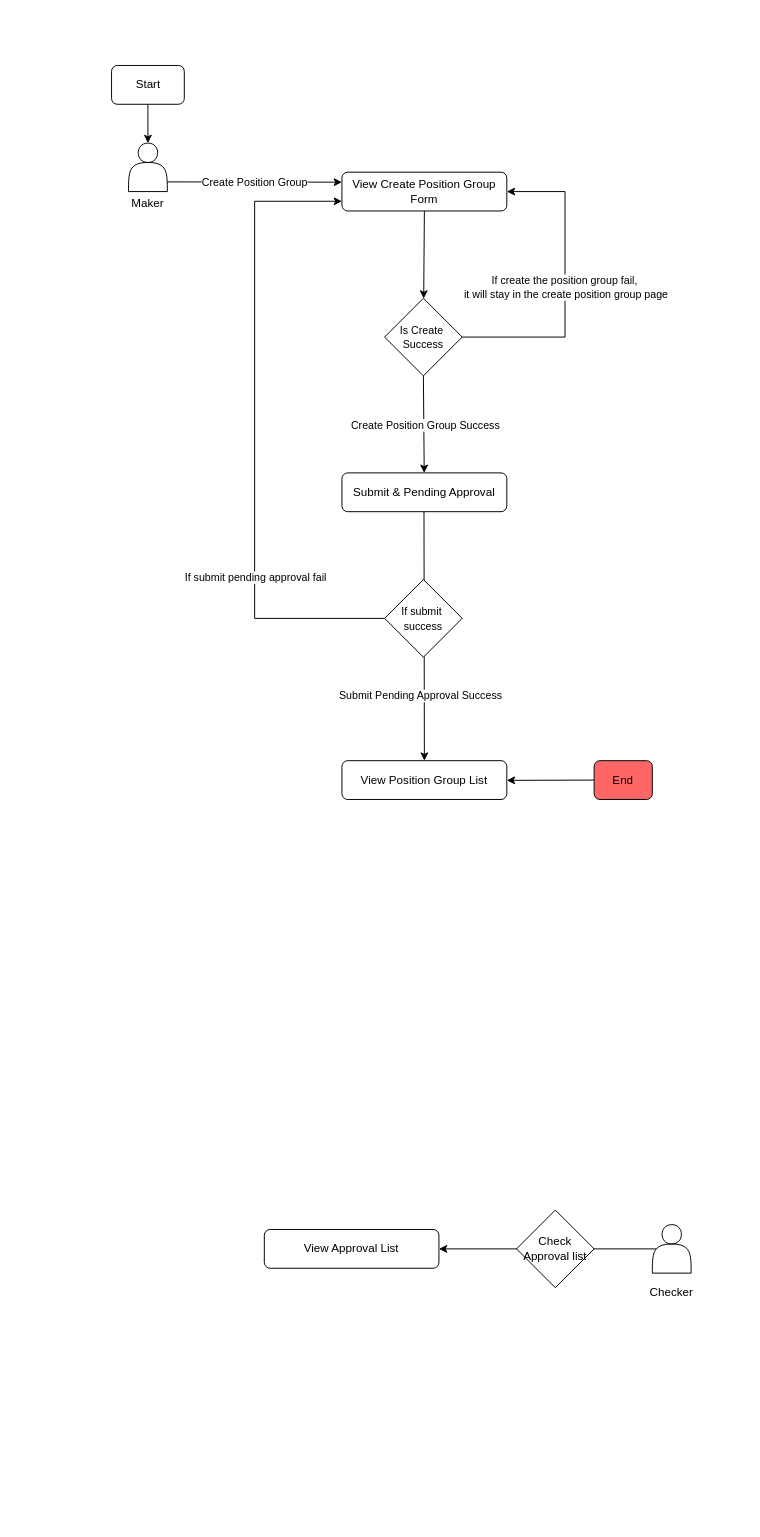
Earlier version of the draw.io diagram Untitled Diagram.drawio (EMS-Employee-management-system/ems-system). Source tidied: cells renumbered, new cells numbered last; positions are measured from the earlier drawing's top-left corner, leaving out a move shared by most shapes. Both pictures are drawn from the tidied source at 97%, with x=0, y=0 at pixel (111, 65).
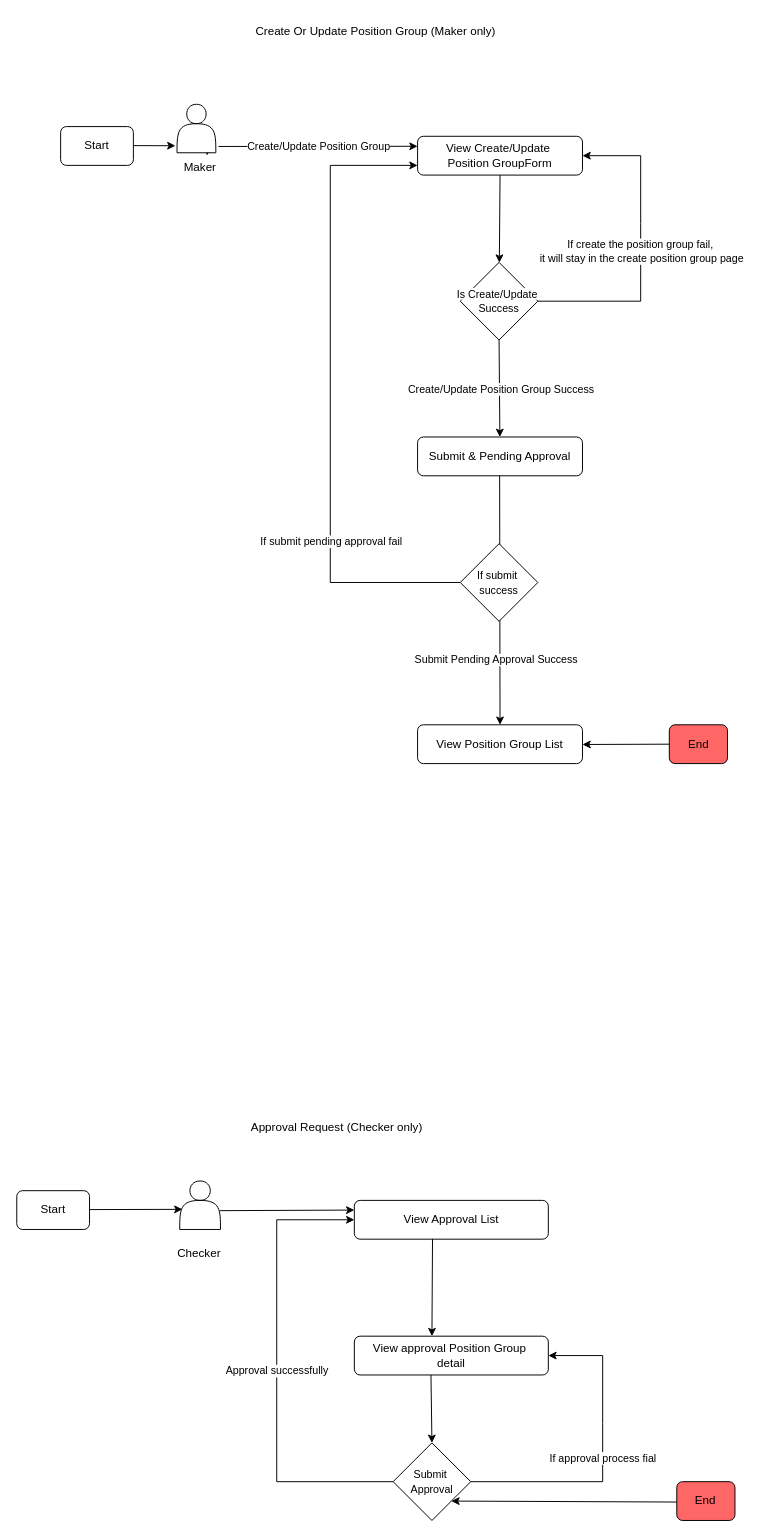
The same diagram, later.

Unchanged cells that the change refers to:
```xml
<mxCell id="11" style="endArrow=classic;html=1;rounded=0;exitX=0.5;exitY=1;exitDx=0;exitDy=0;" parent="1" edge="1" source="17" target="7">
  <mxGeometry relative="1" as="geometry" />
</mxCell>
```

Diff of the diagram source:
```diff
@@
-    <mxCell id="2" style="endArrow=classic;html=1;rounded=0;" parent="1" edge="1">
+    <mxCell id="2" style="endArrow=classic;html=1;rounded=0;exitX=1.07;exitY=0.87;exitDx=0;exitDy=0;exitPerimeter=0;" parent="1" edge="1" source="5">
       <mxGeometry relative="1" as="geometry">
-        <mxPoint x="58" y="120" as="sourcePoint" />
-        <mxPoint x="238" y="120.3" as="targetPoint" />
+        <mxPoint x="316" y="83.3" as="targetPoint" />
       </mxGeometry>
     </mxCell>
-    <mxCell id="3" value="Create Position Group" style="edgeLabel;html=1;align=center;verticalAlign=middle;" parent="2" vertex="1">
+    <mxCell id="3" value="Create/Update Position Group" style="edgeLabel;html=1;align=center;verticalAlign=middle;" parent="2" vertex="1">
       <mxGeometry relative="1" as="geometry" />
     </mxCell>
-    <mxCell id="4" value="View Create Position Group&lt;div&gt;Form&lt;/div&gt;" style="rounded=1;whiteSpace=wrap;html=1;fontSize=12;glass=0;strokeWidth=1;shadow=0;" parent="1" vertex="1">
-      <mxGeometry x="238" y="110" width="170" height="40" as="geometry" />
+    <mxCell id="4" value="View Create/Update&amp;nbsp;&lt;div&gt;Position Group&lt;span style=&quot;background-color: initial;&quot;&gt;Form&lt;/span&gt;&lt;/div&gt;" style="rounded=1;whiteSpace=wrap;html=1;fontSize=12;glass=0;strokeWidth=1;shadow=0;" parent="1" vertex="1">
+      <mxGeometry x="316" y="73" width="170" height="40" as="geometry" />
     </mxCell>
-    <mxCell id="5" style="shape=actor;whiteSpace=wrap;html=1;" parent="1" vertex="1">
-      <mxGeometry x="18" y="80" width="40" height="50" as="geometry" />
-    </mxCell>
     <mxCell id="6" value="Maker" style="text;html=1;align=center;verticalAlign=middle;whiteSpace=wrap;rounded=0;" parent="1" vertex="1">
-      <mxGeometry x="8" y="127" width="60" height="30" as="geometry" />
+      <mxGeometry x="61.8" y="90" width="60" height="30" as="geometry" />
     </mxCell>
     <mxCell id="7" value="Submit &amp;amp; Pending Approval" style="rounded=1;whiteSpace=wrap;html=1;fontSize=12;glass=0;strokeWidth=1;shadow=0;" parent="1" vertex="1">
-      <mxGeometry x="238" y="420" width="170" height="40" as="geometry" />
+      <mxGeometry x="316" y="383" width="170" height="40" as="geometry" />
     </mxCell>
     <mxCell id="8" style="shape=actor;whiteSpace=wrap;html=1;" parent="1" vertex="1">
-      <mxGeometry x="558" y="1195" width="40" height="50" as="geometry" />
+      <mxGeometry x="70.8" y="1150" width="42" height="50" as="geometry" />
     </mxCell>
     <mxCell id="9" value="Checker" style="text;html=1;align=center;verticalAlign=middle;whiteSpace=wrap;rounded=0;" parent="1" vertex="1">
-      <mxGeometry x="548" y="1250" width="60" height="30" as="geometry" />
+      <mxGeometry x="60.8" y="1210" width="60" height="30" as="geometry" />
     </mxCell>
-    <mxCell id="10" style="endArrow=classic;html=1;rounded=0;exitX=0.1;exitY=0.5;exitDx=0;exitDy=0;exitPerimeter=0;entryX=1;entryY=0.5;entryDx=0;entryDy=0;" parent="1" edge="1" source="8" target="15">
-      <mxGeometry relative="1" as="geometry" />
-    </mxCell>
@@
-    <mxCell id="12" value="Create Position Group Success" style="edgeLabel;html=1;align=center;verticalAlign=middle;" parent="11" vertex="1">
+    <mxCell id="12" value="Create/Update Position Group Success" style="edgeLabel;html=1;align=center;verticalAlign=middle;" parent="11" vertex="1">
       <mxGeometry x="0.02" y="1" relative="1" as="geometry" />
     </mxCell>
     <mxCell id="13" style="endArrow=classic;html=1;rounded=0;exitX=0.5;exitY=1;exitDx=0;exitDy=0;entryX=0.5;entryY=0;entryDx=0;entryDy=0;" parent="1" edge="1" target="14">
       <mxGeometry relative="1" as="geometry">
-        <mxPoint x="322.6" y="460" as="sourcePoint" />
+        <mxPoint x="400.6" y="423" as="sourcePoint" />
       </mxGeometry>
     </mxCell>
     <mxCell id="14" value="View Position Group List" style="rounded=1;whiteSpace=wrap;html=1;fontSize=12;glass=0;strokeWidth=1;shadow=0;" parent="1" vertex="1">
-      <mxGeometry x="238" y="716.7" width="170" height="40" as="geometry" />
+      <mxGeometry x="316" y="679.7" width="170" height="40" as="geometry" />
     </mxCell>
     <mxCell id="15" value="View Approval List" style="rounded=1;whiteSpace=wrap;html=1;fontSize=12;glass=0;strokeWidth=1;shadow=0;" parent="1" vertex="1">
-      <mxGeometry x="158" y="1200" width="180" height="40" as="geometry" />
+      <mxGeometry x="250.8" y="1170" width="200" height="40" as="geometry" />
     </mxCell>
@@
-    <mxCell id="17" value="&lt;span style=&quot;font-size: 11px; text-wrap: nowrap; background-color: rgb(255, 255, 255);&quot;&gt;Is Create&amp;nbsp;&lt;/span&gt;&lt;div&gt;&lt;span style=&quot;font-size: 11px; text-wrap: nowrap; background-color: rgb(255, 255, 255);&quot;&gt;Success&lt;/span&gt;&lt;/div&gt;" style="rhombus;whiteSpace=wrap;html=1;" parent="1" vertex="1">
-      <mxGeometry x="282" y="240" width="80" height="80" as="geometry" />
+    <mxCell id="17" value="&lt;span style=&quot;font-size: 11px; text-wrap: nowrap; background-color: rgb(255, 255, 255);&quot;&gt;Is Create/Update&amp;nbsp;&lt;/span&gt;&lt;div&gt;&lt;span style=&quot;font-size: 11px; text-wrap: nowrap; background-color: rgb(255, 255, 255);&quot;&gt;Success&lt;/span&gt;&lt;/div&gt;" style="rhombus;whiteSpace=wrap;html=1;" parent="1" vertex="1">
+      <mxGeometry x="360" y="203" width="80" height="80" as="geometry" />
     </mxCell>
     <mxCell id="18" style="endArrow=classic;html=1;rounded=0;entryX=1;entryY=0.5;entryDx=0;entryDy=0;" parent="1" edge="1" target="4">
       <mxGeometry relative="1" as="geometry">
-        <mxPoint x="362" y="280" as="sourcePoint" />
+        <mxPoint x="440" y="243" as="sourcePoint" />
         <Array as="points">
-          <mxPoint x="468" y="280" />
-          <mxPoint x="468" y="200" />
-          <mxPoint x="468" y="130" />
+          <mxPoint x="546" y="243" />
+          <mxPoint x="546" y="163" />
+          <mxPoint x="546" y="93" />
         </Array>
       </mxGeometry>
     </mxCell>
@@
     <mxCell id="20" style="endArrow=classic;html=1;rounded=0;entryX=0;entryY=0.75;entryDx=0;entryDy=0;exitX=0;exitY=0.5;exitDx=0;exitDy=0;" parent="1" edge="1" source="23" target="4">
       <mxGeometry relative="1" as="geometry">
         <Array as="points">
-          <mxPoint x="148" y="570" />
-          <mxPoint x="148" y="140" />
+          <mxPoint x="226" y="533" />
+          <mxPoint x="226" y="103" />
         </Array>
       </mxGeometry>
     </mxCell>
@@
     <mxCell id="23" value="&lt;span style=&quot;font-size: 11px; text-wrap: nowrap; background-color: rgb(255, 255, 255);&quot;&gt;If submit&amp;nbsp;&lt;/span&gt;&lt;div&gt;&lt;span style=&quot;font-size: 11px; text-wrap: nowrap; background-color: rgb(255, 255, 255);&quot;&gt;success&lt;/span&gt;&lt;/div&gt;" style="rhombus;whiteSpace=wrap;html=1;" parent="1" vertex="1">
-      <mxGeometry x="282" y="530" width="80" height="80" as="geometry" />
+      <mxGeometry x="360" y="493" width="80" height="80" as="geometry" />
     </mxCell>
     <mxCell id="24" value="End" style="rounded=1;whiteSpace=wrap;html=1;fontSize=12;glass=0;strokeWidth=1;shadow=0;fillColor=#FF6666;" parent="1" vertex="1">
-      <mxGeometry x="498" y="716.7" width="60" height="40" as="geometry" />
+      <mxGeometry x="575.5" y="679.7" width="60" height="40" as="geometry" />
     </mxCell>
-    <mxCell id="25" style="endArrow=classic;html=1;rounded=0;exitX=0;exitY=0.5;exitDx=0;exitDy=0;" parent="1" edge="1" source="24">
+    <mxCell id="25" style="endArrow=classic;html=1;rounded=0;exitX=0;exitY=0.5;exitDx=0;exitDy=0;" parent="1" edge="1">
       <mxGeometry relative="1" as="geometry">
-        <mxPoint x="408" y="737" as="targetPoint" />
+        <mxPoint x="576" y="699.7" as="sourcePoint" />
+        <mxPoint x="486" y="700" as="targetPoint" />
       </mxGeometry>
     </mxCell>
     <mxCell id="26" value="Start" style="rounded=1;whiteSpace=wrap;html=1;fontSize=12;glass=0;strokeWidth=1;shadow=0;" parent="1" vertex="1">
-      <mxGeometry x="0.5" width="75" height="40" as="geometry" />
+      <mxGeometry x="-52" y="63" width="75" height="40" as="geometry" />
     </mxCell>
-    <mxCell id="27" style="endArrow=classic;html=1;rounded=0;entryX=0.5;entryY=0;entryDx=0;entryDy=0;exitX=0.5;exitY=1;exitDx=0;exitDy=0;" parent="1" edge="1" source="26" target="5">
-      <mxGeometry relative="1" as="geometry" />
-    </mxCell>
-    <mxCell id="28" value="Check Approval list" style="rhombus;whiteSpace=wrap;html=1;" parent="1" vertex="1">
-      <mxGeometry x="418" y="1180" width="80" height="80" as="geometry" />
-    </mxCell>
+    <mxCell id="29" value="View approval Position Group&amp;nbsp;&lt;div&gt;detail&lt;/div&gt;" style="rounded=1;whiteSpace=wrap;html=1;fontSize=12;glass=0;strokeWidth=1;shadow=0;" parent="1" vertex="1">
+      <mxGeometry x="250.8" y="1310" width="200" height="40" as="geometry" />
+    </mxCell>
+    <mxCell id="30" style="endArrow=classic;html=1;rounded=0;exitX=0.403;exitY=0.992;exitDx=0;exitDy=0;exitPerimeter=0;entryX=0.4;entryY=0;entryDx=0;entryDy=0;entryPerimeter=0;" parent="1" edge="1" source="15" target="29">
+      <mxGeometry relative="1" as="geometry" />
+    </mxCell>
+    <mxCell id="31" value="&lt;span style=&quot;font-size: 11px; text-wrap: nowrap; background-color: rgb(255, 255, 255);&quot;&gt;Submit&amp;nbsp;&lt;/span&gt;&lt;div&gt;&lt;span style=&quot;font-size: 11px; text-wrap: nowrap; background-color: rgb(255, 255, 255);&quot;&gt;Approval&lt;/span&gt;&lt;/div&gt;" style="rhombus;whiteSpace=wrap;html=1;" parent="1" vertex="1">
+      <mxGeometry x="290.8" y="1420" width="80" height="80" as="geometry" />
+    </mxCell>
+    <mxCell id="32" style="endArrow=classic;html=1;rounded=0;entryX=0.5;entryY=0;entryDx=0;entryDy=0;" parent="1" edge="1" target="31">
+      <mxGeometry relative="1" as="geometry">
+        <mxPoint x="329.8" y="1350" as="sourcePoint" />
+      </mxGeometry>
+    </mxCell>
+    <mxCell id="33" style="endArrow=classic;html=1;rounded=0;exitX=1;exitY=0.5;exitDx=0;exitDy=0;" parent="1" edge="1" source="31">
+      <mxGeometry relative="1" as="geometry">
+        <mxPoint x="450.8" y="1330" as="targetPoint" />
+        <Array as="points">
+          <mxPoint x="506.8" y="1460" />
+          <mxPoint x="506.8" y="1400" />
+          <mxPoint x="506.8" y="1330" />
+        </Array>
+      </mxGeometry>
+    </mxCell>
+    <mxCell id="34" value="If approval process fial" style="edgeLabel;html=1;align=center;verticalAlign=middle;" parent="33" vertex="1">
+      <mxGeometry relative="1" as="geometry" />
+    </mxCell>
+    <mxCell id="35" style="endArrow=classic;html=1;rounded=0;exitX=0;exitY=0.5;exitDx=0;exitDy=0;entryX=0;entryY=0.5;entryDx=0;entryDy=0;" parent="1" edge="1" source="31" target="15">
+      <mxGeometry relative="1" as="geometry">
+        <Array as="points">
+          <mxPoint x="170.8" y="1460" />
+          <mxPoint x="170.8" y="1190" />
+        </Array>
+      </mxGeometry>
+    </mxCell>
+    <mxCell id="36" value="Approval successfully" style="edgeLabel;html=1;align=center;verticalAlign=middle;" parent="35" vertex="1">
+      <mxGeometry relative="1" as="geometry" />
+    </mxCell>
+    <mxCell id="37" value="Start" style="rounded=1;whiteSpace=wrap;html=1;fontSize=12;glass=0;strokeWidth=1;shadow=0;" parent="1" vertex="1">
+      <mxGeometry x="-97.2" y="1160" width="75" height="40" as="geometry" />
+    </mxCell>
+    <mxCell id="38" value="End" style="rounded=1;whiteSpace=wrap;html=1;fontSize=12;glass=0;strokeWidth=1;shadow=0;fillColor=#FF6666;" parent="1" vertex="1">
+      <mxGeometry x="583.2" y="1460" width="60" height="40" as="geometry" />
+    </mxCell>
+    <mxCell id="39" style="endArrow=classic;html=1;rounded=0;exitX=0;exitY=0.5;exitDx=0;exitDy=0;entryX=1;entryY=1;entryDx=0;entryDy=0;" parent="1" edge="1" target="31">
+      <mxGeometry relative="1" as="geometry">
+        <mxPoint x="583.2" y="1481" as="sourcePoint" />
+      </mxGeometry>
+    </mxCell>
+    <mxCell id="40" style="endArrow=classic;html=1;rounded=0;" parent="1" edge="1" source="5">
+      <mxGeometry relative="1" as="geometry">
+        <mxPoint x="98" y="83" as="targetPoint" />
+      </mxGeometry>
+    </mxCell>
+    <mxCell id="41" style="endArrow=classic;html=1;rounded=0;entryX=0.066;entryY=0.585;entryDx=0;entryDy=0;entryPerimeter=0;" parent="1" edge="1" target="8">
+      <mxGeometry relative="1" as="geometry">
+        <mxPoint x="-22.2" y="1179.5" as="sourcePoint" />
+      </mxGeometry>
+    </mxCell>
+    <mxCell id="10" style="endArrow=classic;html=1;rounded=0;entryX=0;entryY=0.25;entryDx=0;entryDy=0;exitX=0.978;exitY=0.612;exitDx=0;exitDy=0;exitPerimeter=0;" parent="1" edge="1" source="8" target="15">
+      <mxGeometry relative="1" as="geometry" />
+    </mxCell>
+    <mxCell id="42" style="endArrow=classic;html=1;rounded=0;entryX=-0.041;entryY=0.855;entryDx=0;entryDy=0;entryPerimeter=0;" parent="1" edge="1" target="5">
+      <mxGeometry relative="1" as="geometry">
+        <mxPoint x="23" y="82.6" as="sourcePoint" />
+      </mxGeometry>
+    </mxCell>
+    <mxCell id="5" style="shape=actor;whiteSpace=wrap;html=1;" parent="1" vertex="1">
+      <mxGeometry x="68" y="40" width="40" height="50" as="geometry" />
+    </mxCell>
+    <mxCell id="43" value="Create Or Update Position Group (Maker only)" style="text;html=1;align=center;verticalAlign=middle;whiteSpace=wrap;rounded=0;" parent="1" vertex="1">
+      <mxGeometry x="88" y="-50" width="370" height="30" as="geometry" />
+    </mxCell>
+    <mxCell id="44" value="Approval Request (Checker only)" style="text;html=1;align=center;verticalAlign=middle;whiteSpace=wrap;rounded=0;" parent="1" vertex="1">
+      <mxGeometry x="48" y="1080" width="370" height="30" as="geometry" />
+    </mxCell>
```
